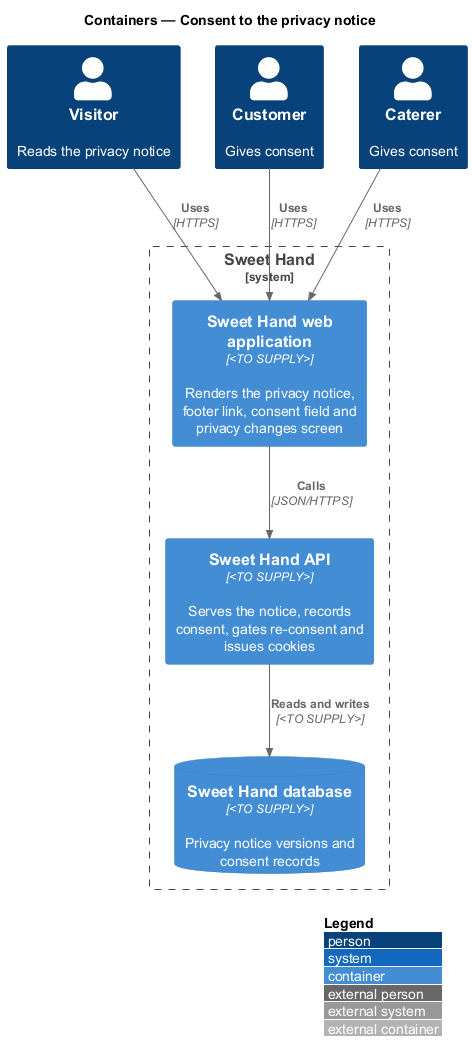
Above: docs/detailed-designs/privacy/consent-to-privacy-notice/diagrams/c4-container.png in QuinntyneBrown/sweet-hand (PlantUML), before the change.
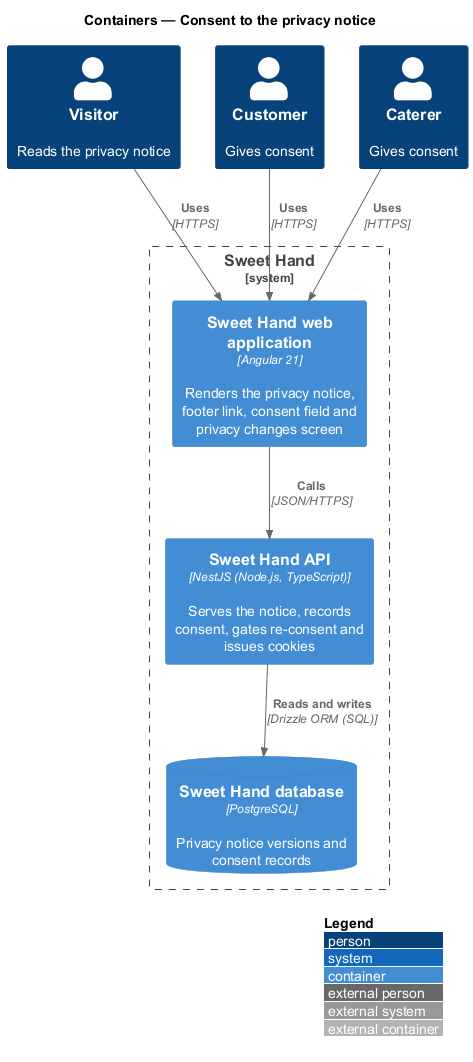
The same diagram one commit later.

What changed in the source:
```diff
@@ -7,14 +7,14 @@
 Person(customer, "Customer", "Gives consent")
 Person(caterer, "Caterer", "Gives consent")
 System_Boundary(sweethand, "Sweet Hand") {
-  Container(web, "Sweet Hand web application", "<TO SUPPLY>", "Renders the privacy notice, footer link, consent field and privacy changes screen")
-  Container(api, "Sweet Hand API", "<TO SUPPLY>", "Serves the notice, records consent, gates re-consent and issues cookies")
-  ContainerDb(db, "Sweet Hand database", "<TO SUPPLY>", "Privacy notice versions and consent records")
+  Container(web, "Sweet Hand web application", "Angular 21", "Renders the privacy notice, footer link, consent field and privacy changes screen")
+  Container(api, "Sweet Hand API", "NestJS (Node.js, TypeScript)", "Serves the notice, records consent, gates re-consent and issues cookies")
+  ContainerDb(db, "Sweet Hand database", "PostgreSQL", "Privacy notice versions and consent records")
 }
 
 Rel(visitor, web, "Uses", "HTTPS")
 Rel(customer, web, "Uses", "HTTPS")
 Rel(caterer, web, "Uses", "HTTPS")
 Rel(web, api, "Calls", "JSON/HTTPS")
-Rel(api, db, "Reads and writes", "<TO SUPPLY>")
+Rel(api, db, "Reads and writes", "Drizzle ORM (SQL)")
 @enduml
```
